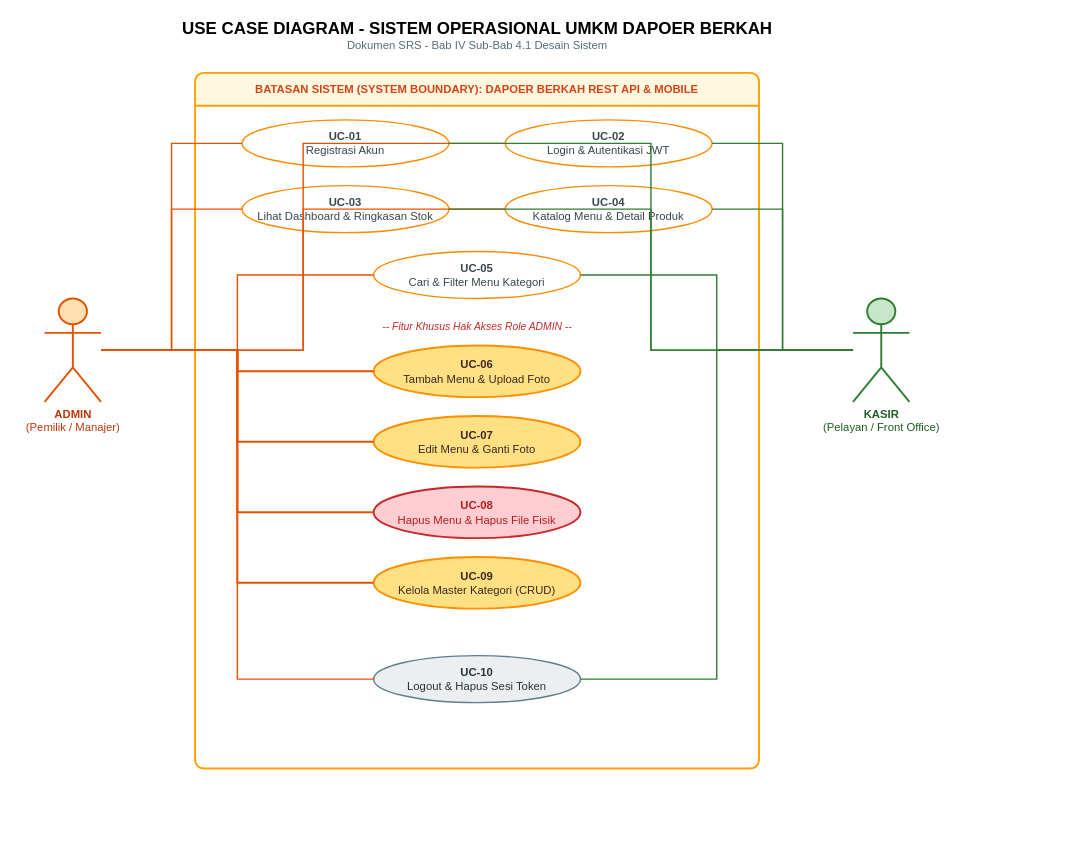
Before: page "1. Use Case Diagram" (1 of 4) of DIAGRAM_DAN_ERD_DAPOER_BERKAH.drawio in aliffrizkipratamaxrpl2/dapoer_berkah-umkm, a draw.io diagram. Source tidied: cells renumbered, new cells numbered last; positions are measured from the earlier drawing's top-left corner, leaving out a move shared by most shapes. Both pictures are drawn from the tidied source at 94%, with x=0, y=0 at pixel (44, 16).
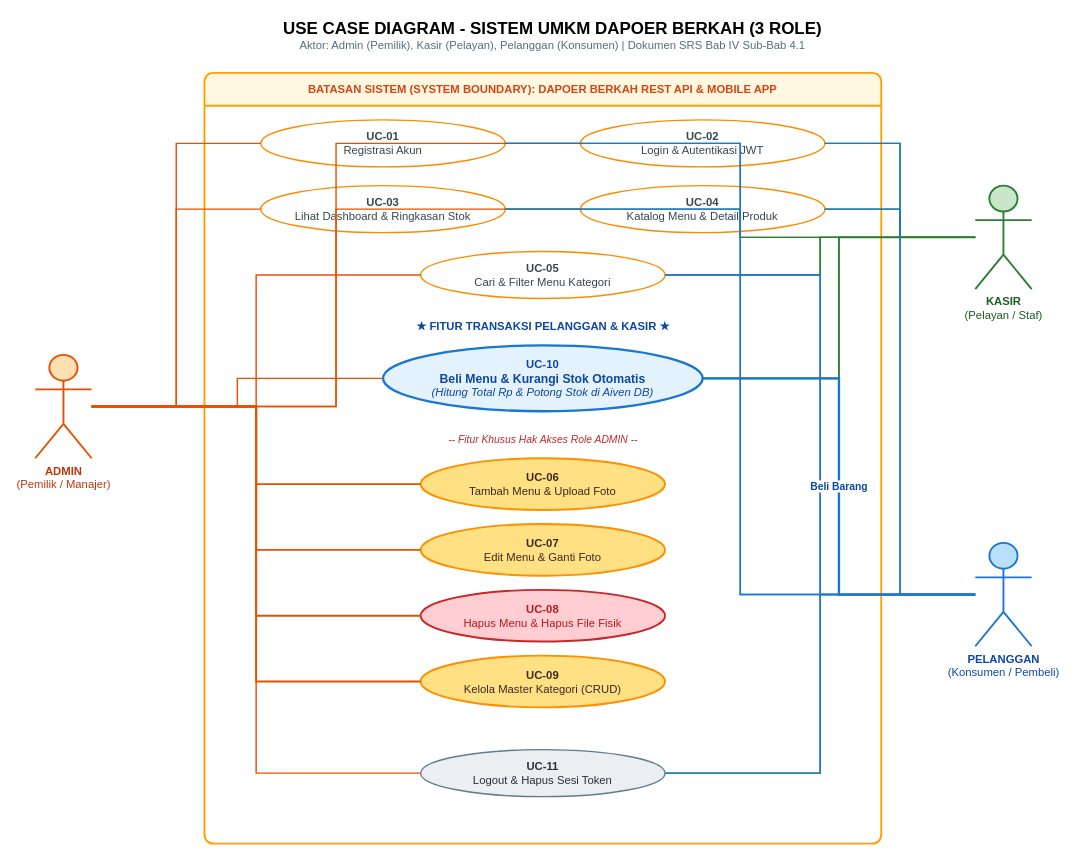
Above is the later version.

Commit message (it also covers changes not shown here):
feat(docs): update all draw.io diagrams with Pelanggan actor, purchase flow, and real-time stock deduction

Change to the diagram source:
```diff
@@
-    <mxCell id="2" value="&lt;b&gt;&lt;font style=&quot;font-size: 18px;&quot;&gt;USE CASE DIAGRAM - SISTEM OPERASIONAL UMKM DAPOER BERKAH&lt;/font&gt;&lt;/b&gt;&lt;br&gt;&lt;font style=&quot;font-size: 12px; color: #546E7A;&quot;&gt;Dokumen SRS - Bab IV Sub-Bab 4.1 Desain Sistem&lt;/font&gt;" style="text;html=1;align=center;verticalAlign=middle;strokeColor=none;fillColor=none;" parent="1" vertex="1">
-      <mxGeometry x="160" width="600" height="40" as="geometry" />
+    <mxCell id="2" value="&lt;b&gt;&lt;font style=&quot;font-size: 18px;&quot;&gt;USE CASE DIAGRAM - SISTEM UMKM DAPOER BERKAH (3 ROLE)&lt;/font&gt;&lt;/b&gt;&lt;br&gt;&lt;font style=&quot;font-size: 12px; color: #546E7A;&quot;&gt;Aktor: Admin (Pemilik), Kasir (Pelayan), Pelanggan (Konsumen) | Dokumen SRS Bab IV Sub-Bab 4.1&lt;/font&gt;" style="text;html=1;align=center;verticalAlign=middle;strokeColor=none;fillColor=none;" parent="1" vertex="1">
+      <mxGeometry x="190" width="700" height="40" as="geometry" />
     </mxCell>
-    <mxCell id="3" value="&lt;b&gt;BATASAN SISTEM (SYSTEM BOUNDARY): DAPOER BERKAH REST API &amp;amp; MOBILE&lt;/b&gt;" style="swimlane;whiteSpace=wrap;html=1;fillColor=#FFF8E1;strokeColor=#FFA000;fontColor=#D84315;strokeWidth=2;startSize=35;arcSize=10;rounded=1;" parent="1" vertex="1">
-      <mxGeometry x="160" y="60" width="600" height="740" as="geometry" />
+    <mxCell id="3" value="&lt;b&gt;BATASAN SISTEM (SYSTEM BOUNDARY): DAPOER BERKAH REST API &amp;amp; MOBILE APP&lt;/b&gt;" style="swimlane;whiteSpace=wrap;html=1;fillColor=#FFF8E1;strokeColor=#FFA000;fontColor=#D84315;strokeWidth=2;startSize=35;arcSize=10;rounded=1;" parent="1" vertex="1">
+      <mxGeometry x="170" y="60" width="720" height="820" as="geometry" />
     </mxCell>
     <mxCell id="4" value="&lt;b&gt;ADMIN&lt;/b&gt;&lt;br&gt;(Pemilik / Manajer)" style="shape=umlActor;verticalLabelPosition=bottom;verticalAlign=top;html=1;outlineConnect=0;fillColor=#FFE0B2;strokeColor=#E65100;strokeWidth=2;fontColor=#BF360C;" parent="1" vertex="1">
-      <mxGeometry y="300" width="60" height="110" as="geometry" />
+      <mxGeometry x="-10" y="360" width="60" height="110" as="geometry" />
     </mxCell>
-    <mxCell id="5" value="&lt;b&gt;KASIR&lt;/b&gt;&lt;br&gt;(Pelayan / Front Office)" style="shape=umlActor;verticalLabelPosition=bottom;verticalAlign=top;html=1;outlineConnect=0;fillColor=#C8E6C9;strokeColor=#2E7D32;strokeWidth=2;fontColor=#1B5E20;" parent="1" vertex="1">
-      <mxGeometry x="860" y="300" width="60" height="110" as="geometry" />
+    <mxCell id="5" value="&lt;b&gt;KASIR&lt;/b&gt;&lt;br&gt;(Pelayan / Staf)" style="shape=umlActor;verticalLabelPosition=bottom;verticalAlign=top;html=1;outlineConnect=0;fillColor=#C8E6C9;strokeColor=#2E7D32;strokeWidth=2;fontColor=#1B5E20;" parent="1" vertex="1">
+      <mxGeometry x="990" y="180" width="60" height="110" as="geometry" />
     </mxCell>
+    <mxCell id="33" value="&lt;b&gt;PELANGGAN&lt;/b&gt;&lt;br&gt;(Konsumen / Pembeli)" style="shape=umlActor;verticalLabelPosition=bottom;verticalAlign=top;html=1;outlineConnect=0;fillColor=#BBDEFB;strokeColor=#1976D2;strokeWidth=2;fontColor=#0D47A1;" parent="1" vertex="1">
+      <mxGeometry x="990" y="560" width="60" height="110" as="geometry" />
+    </mxCell>
     <mxCell id="6" value="&lt;b&gt;UC-01&lt;/b&gt;&lt;br&gt;Registrasi Akun" style="ellipse;whiteSpace=wrap;html=1;fillColor=#FFFFFF;strokeColor=#FB8C00;strokeWidth=1.5;fontColor=#37474F;" parent="3" vertex="1">
-      <mxGeometry x="50" y="50" width="220" height="50" as="geometry" />
+      <mxGeometry x="60" y="50" width="260" height="50" as="geometry" />
     </mxCell>
     <mxCell id="7" value="&lt;b&gt;UC-02&lt;/b&gt;&lt;br&gt;Login &amp;amp; Autentikasi JWT" style="ellipse;whiteSpace=wrap;html=1;fillColor=#FFFFFF;strokeColor=#FB8C00;strokeWidth=1.5;fontColor=#37474F;" parent="3" vertex="1">
-      <mxGeometry x="330" y="50" width="220" height="50" as="geometry" />
+      <mxGeometry x="400" y="50" width="260" height="50" as="geometry" />
     </mxCell>
     <mxCell id="8" value="&lt;b&gt;UC-03&lt;/b&gt;&lt;br&gt;Lihat Dashboard &amp;amp; Ringkasan Stok" style="ellipse;whiteSpace=wrap;html=1;fillColor=#FFFFFF;strokeColor=#FB8C00;strokeWidth=1.5;fontColor=#37474F;" parent="3" vertex="1">
-      <mxGeometry x="50" y="120" width="220" height="50" as="geometry" />
+      <mxGeometry x="60" y="120" width="260" height="50" as="geometry" />
     </mxCell>
     <mxCell id="9" value="&lt;b&gt;UC-04&lt;/b&gt;&lt;br&gt;Katalog Menu &amp;amp; Detail Produk" style="ellipse;whiteSpace=wrap;html=1;fillColor=#FFFFFF;strokeColor=#FB8C00;strokeWidth=1.5;fontColor=#37474F;" parent="3" vertex="1">
-      <mxGeometry x="330" y="120" width="220" height="50" as="geometry" />
+      <mxGeometry x="400" y="120" width="260" height="50" as="geometry" />
     </mxCell>
     <mxCell id="10" value="&lt;b&gt;UC-05&lt;/b&gt;&lt;br&gt;Cari &amp;amp; Filter Menu Kategori" style="ellipse;whiteSpace=wrap;html=1;fillColor=#FFFFFF;strokeColor=#FB8C00;strokeWidth=1.5;fontColor=#37474F;" parent="3" vertex="1">
-      <mxGeometry x="190" y="190" width="220" height="50" as="geometry" />
+      <mxGeometry x="230" y="190" width="260" height="50" as="geometry" />
     </mxCell>
+    <mxCell id="34" value="&lt;b style=&quot;color: #0D47A1;&quot;&gt;★ FITUR TRANSAKSI PELANGGAN &amp;amp; KASIR ★&lt;/b&gt;" style="text;html=1;align=center;verticalAlign=middle;strokeColor=none;fillColor=none;fontSize=12;" parent="3" vertex="1">
+      <mxGeometry x="220" y="260" width="280" height="20" as="geometry" />
+    </mxCell>
+    <mxCell id="16" value="&lt;b&gt;UC-10&lt;/b&gt;&lt;br&gt;&lt;font style=&quot;color: #0D47A1; font-size: 13px;&quot;&gt;&lt;b&gt;Beli Menu &amp;amp; Kurangi Stok Otomatis&lt;/b&gt;&lt;/font&gt;&lt;br&gt;&lt;i&gt;(Hitung Total Rp &amp;amp; Potong Stok di Aiven DB)&lt;/i&gt;" style="ellipse;whiteSpace=wrap;html=1;fillColor=#E3F2FD;strokeColor=#1976D2;strokeWidth=2.5;fontColor=#0D47A1;" parent="3" vertex="1">
+      <mxGeometry x="190" y="290" width="340" height="70" as="geometry" />
+    </mxCell>
-    <mxCell id="11" value="&lt;i&gt;-- Fitur Khusus Hak Akses Role ADMIN --&lt;/i&gt;" style="text;html=1;align=center;verticalAlign=middle;strokeColor=none;fillColor=none;fontColor=#C62828;fontSize=11;" parent="3" vertex="1">
-      <mxGeometry x="180" y="260" width="240" height="20" as="geometry" />
+    <mxCell id="11" value="&lt;i style=&quot;color: #C62828;&quot;&gt;-- Fitur Khusus Hak Akses Role ADMIN --&lt;/i&gt;" style="text;html=1;align=center;verticalAlign=middle;strokeColor=none;fillColor=none;fontSize=11;" parent="3" vertex="1">
+      <mxGeometry x="240" y="380" width="240" height="20" as="geometry" />
     </mxCell>
     <mxCell id="12" value="&lt;b&gt;UC-06&lt;/b&gt;&lt;br&gt;Tambah Menu &amp;amp; Upload Foto" style="ellipse;whiteSpace=wrap;html=1;fillColor=#FFE082;strokeColor=#FF8F00;strokeWidth=2;fontColor=#3E2723;" parent="3" vertex="1">
-      <mxGeometry x="190" y="290" width="220" height="55" as="geometry" />
+      <mxGeometry x="230" y="410" width="260" height="55" as="geometry" />
     </mxCell>
     <mxCell id="13" value="&lt;b&gt;UC-07&lt;/b&gt;&lt;br&gt;Edit Menu &amp;amp; Ganti Foto" style="ellipse;whiteSpace=wrap;html=1;fillColor=#FFE082;strokeColor=#FF8F00;strokeWidth=2;fontColor=#3E2723;" parent="3" vertex="1">
-      <mxGeometry x="190" y="365" width="220" height="55" as="geometry" />
+      <mxGeometry x="230" y="480" width="260" height="55" as="geometry" />
     </mxCell>
     <mxCell id="14" value="&lt;b&gt;UC-08&lt;/b&gt;&lt;br&gt;Hapus Menu &amp;amp; Hapus File Fisik" style="ellipse;whiteSpace=wrap;html=1;fillColor=#FFCDD2;strokeColor=#C62828;strokeWidth=2;fontColor=#B71C1C;" parent="3" vertex="1">
-      <mxGeometry x="190" y="440" width="220" height="55" as="geometry" />
+      <mxGeometry x="230" y="550" width="260" height="55" as="geometry" />
     </mxCell>
     <mxCell id="15" value="&lt;b&gt;UC-09&lt;/b&gt;&lt;br&gt;Kelola Master Kategori (CRUD)" style="ellipse;whiteSpace=wrap;html=1;fillColor=#FFE082;strokeColor=#FF8F00;strokeWidth=2;fontColor=#3E2723;" parent="3" vertex="1">
-      <mxGeometry x="190" y="515" width="220" height="55" as="geometry" />
+      <mxGeometry x="230" y="620" width="260" height="55" as="geometry" />
     </mxCell>
-    <mxCell id="16" value="&lt;b&gt;UC-10&lt;/b&gt;&lt;br&gt;Logout &amp;amp; Hapus Sesi Token" style="ellipse;whiteSpace=wrap;html=1;fillColor=#ECEFF1;strokeColor=#607D8B;strokeWidth=1.5;fontColor=#263238;" parent="3" vertex="1">
-      <mxGeometry x="190" y="620" width="220" height="50" as="geometry" />
-    </mxCell>
+    <mxCell id="35" value="&lt;b&gt;UC-11&lt;/b&gt;&lt;br&gt;Logout &amp;amp; Hapus Sesi Token" style="ellipse;whiteSpace=wrap;html=1;fillColor=#ECEFF1;strokeColor=#607D8B;strokeWidth=1.5;fontColor=#263238;" parent="3" vertex="1">
+      <mxGeometry x="230" y="720" width="260" height="50" as="geometry" />
+    </mxCell>
@@
+    <mxCell id="36" style="edgeStyle=orthogonalEdgeStyle;rounded=0;html=1;entryX=0;entryY=0.5;entryDx=0;entryDy=0;endArrow=none;strokeColor=#E65100;strokeWidth=1.5;" parent="1" edge="1" source="4" target="35">
+      <mxGeometry relative="1" as="geometry" />
+    </mxCell>
@@
-    <mxCell id="32" style="edgeStyle=orthogonalEdgeStyle;rounded=0;html=1;entryX=1;entryY=0.5;entryDx=0;entryDy=0;endArrow=none;strokeColor=#2E7D32;strokeWidth=1.5;" parent="1" edge="1" source="5" target="16">
+    <mxCell id="32" style="edgeStyle=orthogonalEdgeStyle;rounded=0;html=1;entryX=1;entryY=0.5;entryDx=0;entryDy=0;endArrow=none;strokeColor=#2E7D32;strokeWidth=2;" parent="1" edge="1" source="5" target="16">
       <mxGeometry relative="1" as="geometry" />
     </mxCell>
+    <mxCell id="37" style="edgeStyle=orthogonalEdgeStyle;rounded=0;html=1;entryX=1;entryY=0.5;entryDx=0;entryDy=0;endArrow=none;strokeColor=#2E7D32;strokeWidth=1.5;" parent="1" edge="1" source="5" target="35">
+      <mxGeometry relative="1" as="geometry" />
+    </mxCell>
+    <mxCell id="38" style="edgeStyle=orthogonalEdgeStyle;rounded=0;html=1;entryX=1;entryY=0.5;entryDx=0;entryDy=0;endArrow=none;strokeColor=#1976D2;strokeWidth=1.5;" parent="1" edge="1" source="33" target="6">
+      <mxGeometry relative="1" as="geometry" />
+    </mxCell>
+    <mxCell id="39" style="edgeStyle=orthogonalEdgeStyle;rounded=0;html=1;entryX=1;entryY=0.5;entryDx=0;entryDy=0;endArrow=none;strokeColor=#1976D2;strokeWidth=1.5;" parent="1" edge="1" source="33" target="7">
+      <mxGeometry relative="1" as="geometry" />
+    </mxCell>
+    <mxCell id="40" style="edgeStyle=orthogonalEdgeStyle;rounded=0;html=1;entryX=1;entryY=0.5;entryDx=0;entryDy=0;endArrow=none;strokeColor=#1976D2;strokeWidth=1.5;" parent="1" edge="1" source="33" target="8">
+      <mxGeometry relative="1" as="geometry" />
+    </mxCell>
+    <mxCell id="41" style="edgeStyle=orthogonalEdgeStyle;rounded=0;html=1;entryX=1;entryY=0.5;entryDx=0;entryDy=0;endArrow=none;strokeColor=#1976D2;strokeWidth=1.5;" parent="1" edge="1" source="33" target="9">
+      <mxGeometry relative="1" as="geometry" />
+    </mxCell>
+    <mxCell id="42" style="edgeStyle=orthogonalEdgeStyle;rounded=0;html=1;entryX=1;entryY=0.5;entryDx=0;entryDy=0;endArrow=none;strokeColor=#1976D2;strokeWidth=1.5;" parent="1" edge="1" source="33" target="10">
+      <mxGeometry relative="1" as="geometry" />
+    </mxCell>
+    <mxCell id="43" value="&lt;b&gt;Beli Barang&lt;/b&gt;" style="edgeStyle=orthogonalEdgeStyle;rounded=0;html=1;entryX=1;entryY=0.5;entryDx=0;entryDy=0;endArrow=none;strokeColor=#1976D2;strokeWidth=2.5;fontColor=#0D47A1;" parent="1" edge="1" source="33" target="16">
+      <mxGeometry relative="1" as="geometry" />
+    </mxCell>
+    <mxCell id="44" style="edgeStyle=orthogonalEdgeStyle;rounded=0;html=1;entryX=1;entryY=0.5;entryDx=0;entryDy=0;endArrow=none;strokeColor=#1976D2;strokeWidth=1.5;" parent="1" edge="1" source="33" target="35">
+      <mxGeometry relative="1" as="geometry" />
+    </mxCell>
```
